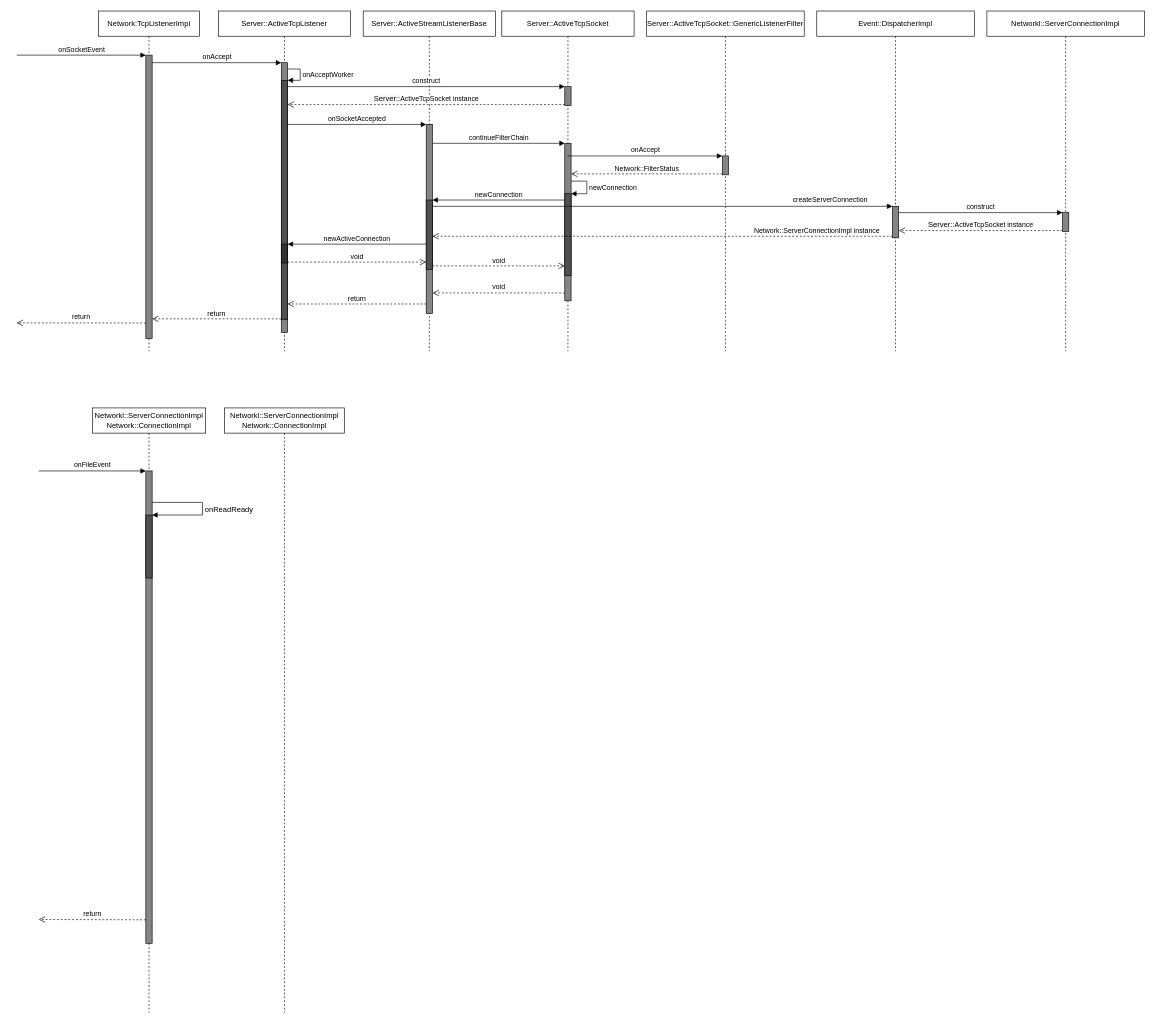
LuyaoZhong/Figures keeps this draw.io diagram as envoy_code_detail.drawio. Above is the earlier version. Source tidied: cells renumbered, new cells numbered last; positions are measured from the earlier drawing's top-left corner, leaving out a move shared by most shapes. Both pictures are drawn from the tidied source at 63%, with x=0, y=0 at pixel (16, 11).
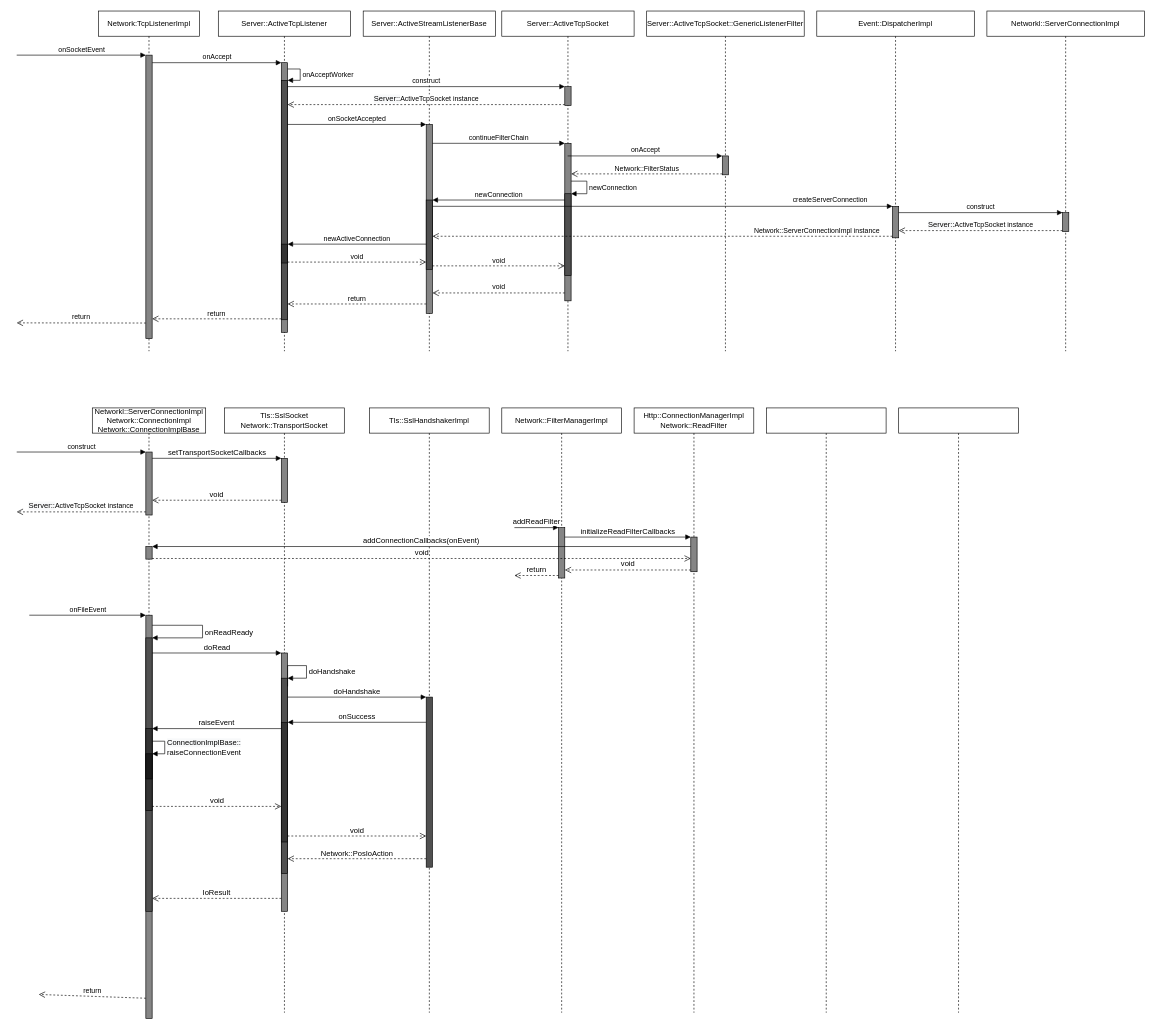
The same page after the edit.

What changed in the source:
```diff
@@
-    <mxCell id="43" value="Networkl::ServerConnectionImpl Network::ConnectionImpl" style="shape=umlLifeline;perimeter=lifelinePerimeter;whiteSpace=wrap;html=1;outlineConnect=0;" parent="1" vertex="1">
+    <mxCell id="43" value="Networkl::ServerConnectionImpl Network::ConnectionImpl&lt;br&gt;Network::ConnectionImplBase" style="shape=umlLifeline;perimeter=lifelinePerimeter;whiteSpace=wrap;html=1;outlineConnect=0;" parent="1" vertex="1">
       <mxGeometry x="120" y="630" width="180" height="960" as="geometry" />
     </mxCell>
-    <mxCell id="44" style="edgeStyle=orthogonalEdgeStyle;rounded=0;jettySize=auto;html=1;fontSize=18;" parent="43" edge="1" source="45" target="43">
-      <mxGeometry relative="1" as="geometry">
-        <Array as="points">
-          <mxPoint x="125" y="110" />
-          <mxPoint x="125" y="110" />
-        </Array>
-      </mxGeometry>
-    </mxCell>
     <mxCell id="45" style="html=1;points=[];perimeter=orthogonalPerimeter;fillColor=#858585;" parent="43" vertex="1">
-      <mxGeometry x="85" y="100" width="10" height="750" as="geometry" />
+      <mxGeometry x="85" y="329" width="10" height="640" as="geometry" />
     </mxCell>
     <mxCell id="46" value="onFileEvent" style="html=1;verticalAlign=bottom;endArrow=block;entryX=0;entryY=0;rounded=0;" parent="43" edge="1" target="45">
       <mxGeometry relative="1" as="geometry">
-        <mxPoint x="-85" y="100" as="sourcePoint" />
+        <mxPoint x="-100" y="329" as="sourcePoint" />
       </mxGeometry>
     </mxCell>
     <mxCell id="47" value="return" style="html=1;verticalAlign=bottom;endArrow=open;dashed=1;endSize=8;exitX=0;exitY=0.95;rounded=0;" parent="43" edge="1" source="45">
       <mxGeometry relative="1" as="geometry">
-        <mxPoint x="-85" y="812" as="targetPoint" />
+        <mxPoint x="-85" y="931" as="targetPoint" />
       </mxGeometry>
     </mxCell>
     <mxCell id="48" style="html=1;points=[];perimeter=orthogonalPerimeter;fontSize=18;fillColor=#505050;" parent="43" vertex="1">
-      <mxGeometry x="85" y="170" width="10" height="100" as="geometry" />
+      <mxGeometry x="85" y="365" width="10" height="434" as="geometry" />
     </mxCell>
-    <mxCell id="49" value="&lt;font style=&quot;font-size: 12px&quot;&gt;onReadReady&lt;/font&gt;" style="edgeStyle=orthogonalEdgeStyle;html=1;align=left;spacingLeft=2;endArrow=block;rounded=0;entryX=1;entryY=0;fontSize=18;" parent="43" edge="1" source="45" target="48">
+    <mxCell id="49" value="&lt;font style=&quot;font-size: 12px&quot;&gt;onReadReady&lt;/font&gt;" style="edgeStyle=orthogonalEdgeStyle;html=1;align=left;spacingLeft=2;endArrow=block;rounded=0;entryX=1;entryY=0;fontSize=18;" parent="43" edge="1" target="48">
       <mxGeometry relative="1" as="geometry">
+        <mxPoint x="95" y="345" as="sourcePoint" />
         <Array as="points">
-          <mxPoint x="175" y="150" />
-          <mxPoint x="175" y="170" />
+          <mxPoint x="175" y="345" />
+          <mxPoint x="175" y="365" />
         </Array>
       </mxGeometry>
     </mxCell>
+    <mxCell id="52" style="html=1;points=[];perimeter=orthogonalPerimeter;fillColor=#858585;" parent="43" vertex="1">
+      <mxGeometry x="85" y="70" width="10" height="100" as="geometry" />
+    </mxCell>
+    <mxCell id="53" value="construct" style="html=1;verticalAlign=bottom;endArrow=block;entryX=0;entryY=0;rounded=0;" parent="43" edge="1" target="52">
+      <mxGeometry relative="1" as="geometry">
+        <mxPoint x="-120" y="70" as="sourcePoint" />
+      </mxGeometry>
+    </mxCell>
+    <mxCell id="54" value="&lt;span style=&quot;font-size: 12px ; background-color: rgb(248 , 249 , 250)&quot;&gt;Server::&lt;/span&gt;ActiveTcpSocket instance" style="html=1;verticalAlign=bottom;endArrow=open;dashed=1;endSize=8;exitX=0;exitY=0.95;rounded=0;" parent="43" edge="1" source="52">
+      <mxGeometry relative="1" as="geometry">
+        <mxPoint x="-120" y="165" as="targetPoint" />
+      </mxGeometry>
+    </mxCell>
+    <mxCell id="55" style="html=1;points=[];perimeter=orthogonalPerimeter;fontSize=12;fillColor=#333333;" parent="43" vertex="1">
+      <mxGeometry x="85" y="509" width="10" height="130" as="geometry" />
+    </mxCell>
+    <mxCell id="56" style="html=1;points=[];perimeter=orthogonalPerimeter;fontSize=12;fillColor=#1A1A1A;" parent="43" vertex="1">
+      <mxGeometry x="85" y="549" width="10" height="40" as="geometry" />
+    </mxCell>
+    <mxCell id="57" value="&lt;span style=&quot;text-align: center ; background-color: rgb(248 , 249 , 250)&quot;&gt;ConnectionImplBase::&lt;br&gt;&lt;/span&gt;raiseConnectionEvent" style="edgeStyle=orthogonalEdgeStyle;html=1;align=left;spacingLeft=2;endArrow=block;rounded=0;entryX=1;entryY=0;fontSize=12;" parent="43" edge="1" source="55" target="56">
+      <mxGeometry relative="1" as="geometry">
+        <Array as="points">
+          <mxPoint x="115" y="529" />
+          <mxPoint x="115" y="549" />
+        </Array>
+      </mxGeometry>
+    </mxCell>
+    <mxCell id="58" style="html=1;points=[];perimeter=orthogonalPerimeter;fontSize=12;fillColor=#858585;" parent="43" vertex="1">
+      <mxGeometry x="85" y="220" width="10" height="20" as="geometry" />
+    </mxCell>
-    <mxCell id="50" value="Networkl::ServerConnectionImpl Network::ConnectionImpl" style="shape=umlLifeline;perimeter=lifelinePerimeter;whiteSpace=wrap;html=1;outlineConnect=0;" parent="1" vertex="1">
+    <mxCell id="50" value="Tls::SslSocket&lt;br&gt;Network::TransportSocket" style="shape=umlLifeline;perimeter=lifelinePerimeter;whiteSpace=wrap;html=1;outlineConnect=0;" parent="1" vertex="1">
       <mxGeometry x="330" y="630" width="190" height="960" as="geometry" />
     </mxCell>
-    <mxCell id="51" style="edgeStyle=orthogonalEdgeStyle;rounded=0;jettySize=auto;html=1;fontSize=18;" parent="50" edge="1" target="50">
-      <mxGeometry relative="1" as="geometry">
-        <mxPoint x="94.5" y="475" as="sourcePoint" />
-        <Array as="points">
-          <mxPoint x="125" y="110" />
-          <mxPoint x="125" y="110" />
-        </Array>
-      </mxGeometry>
-    </mxCell>
+    <mxCell id="59" style="html=1;points=[];perimeter=orthogonalPerimeter;fontSize=12;fillColor=#858585;" parent="50" vertex="1">
+      <mxGeometry x="90" y="80" width="10" height="70" as="geometry" />
+    </mxCell>
+    <mxCell id="60" style="html=1;points=[];perimeter=orthogonalPerimeter;fontSize=12;fillColor=#858585;" parent="50" vertex="1">
+      <mxGeometry x="90" y="389" width="10" height="410" as="geometry" />
+    </mxCell>
+    <mxCell id="61" style="html=1;points=[];perimeter=orthogonalPerimeter;fontSize=12;fillColor=#505050;" parent="50" vertex="1">
+      <mxGeometry x="90" y="429" width="10" height="310" as="geometry" />
+    </mxCell>
+    <mxCell id="62" value="doHandshake" style="edgeStyle=orthogonalEdgeStyle;html=1;align=left;spacingLeft=2;endArrow=block;rounded=0;entryX=1;entryY=0;fontSize=12;" parent="50" edge="1" target="61">
+      <mxGeometry x="0.29" relative="1" as="geometry">
+        <mxPoint x="100" y="442" as="sourcePoint" />
+        <Array as="points">
+          <mxPoint x="100" y="409" />
+          <mxPoint x="130" y="409" />
+          <mxPoint x="130" y="429" />
+          <mxPoint x="100" y="429" />
+        </Array>
+      </mxGeometry>
+    </mxCell>
+    <mxCell id="63" style="html=1;points=[];perimeter=orthogonalPerimeter;fontSize=12;fillColor=#333333;" parent="50" vertex="1">
+      <mxGeometry x="90" y="499" width="10" height="190" as="geometry" />
+    </mxCell>
+    <mxCell id="64" value="setTransportSocketCallbacks" style="html=1;verticalAlign=bottom;endArrow=block;entryX=0;entryY=0;rounded=0;fontSize=12;" parent="1" edge="1" source="52" target="59">
+      <mxGeometry relative="1" as="geometry" />
+    </mxCell>
+    <mxCell id="65" value="void" style="html=1;verticalAlign=bottom;endArrow=open;dashed=1;endSize=8;exitX=0;exitY=0.95;rounded=0;fontSize=12;" parent="1" edge="1" source="59" target="52">
+      <mxGeometry relative="1" as="geometry" />
+    </mxCell>
+    <mxCell id="66" value="doRead" style="html=1;verticalAlign=bottom;endArrow=block;entryX=0;entryY=0;rounded=0;fontSize=12;" parent="1" edge="1" source="48" target="60">
+      <mxGeometry relative="1" as="geometry" />
+    </mxCell>
+    <mxCell id="67" value="IoResult" style="html=1;verticalAlign=bottom;endArrow=open;dashed=1;endSize=8;exitX=0;exitY=0.95;rounded=0;fontSize=12;" parent="1" edge="1" source="60" target="48">
+      <mxGeometry relative="1" as="geometry" />
+    </mxCell>
+    <mxCell id="68" value="Tls::SslHandshakerImpl" style="shape=umlLifeline;perimeter=lifelinePerimeter;whiteSpace=wrap;html=1;" parent="1" vertex="1">
+      <mxGeometry x="560" y="630" width="190" height="960" as="geometry" />
+    </mxCell>
+    <mxCell id="69" style="html=1;points=[];perimeter=orthogonalPerimeter;fontSize=12;fillColor=#505050;" parent="68" vertex="1">
+      <mxGeometry x="90" y="459" width="10" height="270" as="geometry" />
+    </mxCell>
+    <mxCell id="70" value="Network::FilterManagerImpl" style="shape=umlLifeline;perimeter=lifelinePerimeter;whiteSpace=wrap;html=1;" parent="1" vertex="1">
+      <mxGeometry x="770" y="630" width="190" height="960" as="geometry" />
+    </mxCell>
+    <mxCell id="71" style="html=1;points=[];perimeter=orthogonalPerimeter;fontSize=12;fillColor=#858585;" parent="70" vertex="1">
+      <mxGeometry x="90" y="190" width="10" height="80" as="geometry" />
+    </mxCell>
+    <mxCell id="72" value="addReadFilter" style="html=1;verticalAlign=bottom;endArrow=block;entryX=0;entryY=0;rounded=0;fontSize=12;" parent="70" edge="1" target="71">
+      <mxGeometry relative="1" as="geometry">
+        <mxPoint x="20" y="190" as="sourcePoint" />
+      </mxGeometry>
+    </mxCell>
+    <mxCell id="73" value="return" style="html=1;verticalAlign=bottom;endArrow=open;dashed=1;endSize=8;exitX=0;exitY=0.95;rounded=0;fontSize=12;" parent="70" edge="1" source="71">
+      <mxGeometry relative="1" as="geometry">
+        <mxPoint x="20" y="266" as="targetPoint" />
+      </mxGeometry>
+    </mxCell>
+    <mxCell id="74" value="&lt;span&gt;Http::ConnectionManagerImpl&lt;br&gt;Network::ReadFilter&lt;br&gt;&lt;/span&gt;" style="shape=umlLifeline;perimeter=lifelinePerimeter;whiteSpace=wrap;html=1;" parent="1" vertex="1">
+      <mxGeometry x="980" y="630" width="190" height="960" as="geometry" />
+    </mxCell>
+    <mxCell id="75" style="html=1;points=[];perimeter=orthogonalPerimeter;fontSize=12;fillColor=#858585;" parent="74" vertex="1">
+      <mxGeometry x="90" y="205" width="10" height="55" as="geometry" />
+    </mxCell>
+    <mxCell id="76" style="shape=umlLifeline;perimeter=lifelinePerimeter;whiteSpace=wrap;html=1;" parent="1" vertex="1">
+      <mxGeometry x="1190" y="630" width="190" height="960" as="geometry" />
+    </mxCell>
+    <mxCell id="77" style="shape=umlLifeline;perimeter=lifelinePerimeter;whiteSpace=wrap;html=1;" parent="1" vertex="1">
+      <mxGeometry x="1400" y="630" width="190" height="960" as="geometry" />
+    </mxCell>
+    <mxCell id="78" value="doHandshake" style="html=1;verticalAlign=bottom;endArrow=block;entryX=0;entryY=0;rounded=0;fontSize=12;" parent="1" edge="1" source="61" target="69">
+      <mxGeometry relative="1" as="geometry" />
+    </mxCell>
+    <mxCell id="79" value="Network::PosIoAction" style="html=1;verticalAlign=bottom;endArrow=open;dashed=1;endSize=8;exitX=0;exitY=0.95;rounded=0;fontSize=12;" parent="1" edge="1" source="69" target="61">
+      <mxGeometry relative="1" as="geometry" />
+    </mxCell>
+    <mxCell id="80" value="void" style="html=1;verticalAlign=bottom;endArrow=open;dashed=1;endSize=8;exitX=1;exitY=0.95;rounded=0;fontSize=12;" parent="1" edge="1" source="63" target="69">
+      <mxGeometry relative="1" as="geometry" />
+    </mxCell>
+    <mxCell id="81" value="onSuccess" style="html=1;verticalAlign=bottom;endArrow=block;entryX=1;entryY=0;rounded=0;fontSize=12;" parent="1" edge="1" source="69" target="63">
+      <mxGeometry relative="1" as="geometry" />
+    </mxCell>
+    <mxCell id="82" value="raiseEvent" style="html=1;verticalAlign=bottom;endArrow=block;entryX=1;entryY=0;rounded=0;fontSize=12;" parent="1" edge="1" source="63" target="55">
+      <mxGeometry relative="1" as="geometry" />
+    </mxCell>
+    <mxCell id="83" value="void" style="html=1;verticalAlign=bottom;endArrow=open;dashed=1;endSize=8;exitX=1;exitY=0.95;rounded=0;fontSize=12;" parent="1" edge="1" source="55" target="63">
+      <mxGeometry relative="1" as="geometry" />
+    </mxCell>
+    <mxCell id="84" value="initializeReadFilterCallbacks" style="html=1;verticalAlign=bottom;endArrow=block;entryX=0;entryY=0;rounded=0;fontSize=12;" parent="1" edge="1" source="71" target="75">
+      <mxGeometry relative="1" as="geometry" />
+    </mxCell>
+    <mxCell id="85" value="void" style="html=1;verticalAlign=bottom;endArrow=open;dashed=1;endSize=8;exitX=0;exitY=0.95;rounded=0;fontSize=12;" parent="1" edge="1" source="75" target="71">
+      <mxGeometry relative="1" as="geometry" />
+    </mxCell>
+    <mxCell id="86" value="addConnectionCallbacks(onEvent)" style="html=1;verticalAlign=bottom;endArrow=block;entryX=1;entryY=0;rounded=0;fontSize=12;" parent="1" edge="1" source="75" target="58">
+      <mxGeometry relative="1" as="geometry" />
+    </mxCell>
+    <mxCell id="87" value="void" style="html=1;verticalAlign=bottom;endArrow=open;dashed=1;endSize=8;exitX=1;exitY=0.95;rounded=0;fontSize=12;" parent="1" edge="1" source="58" target="75">
+      <mxGeometry relative="1" as="geometry" />
+    </mxCell>
```
